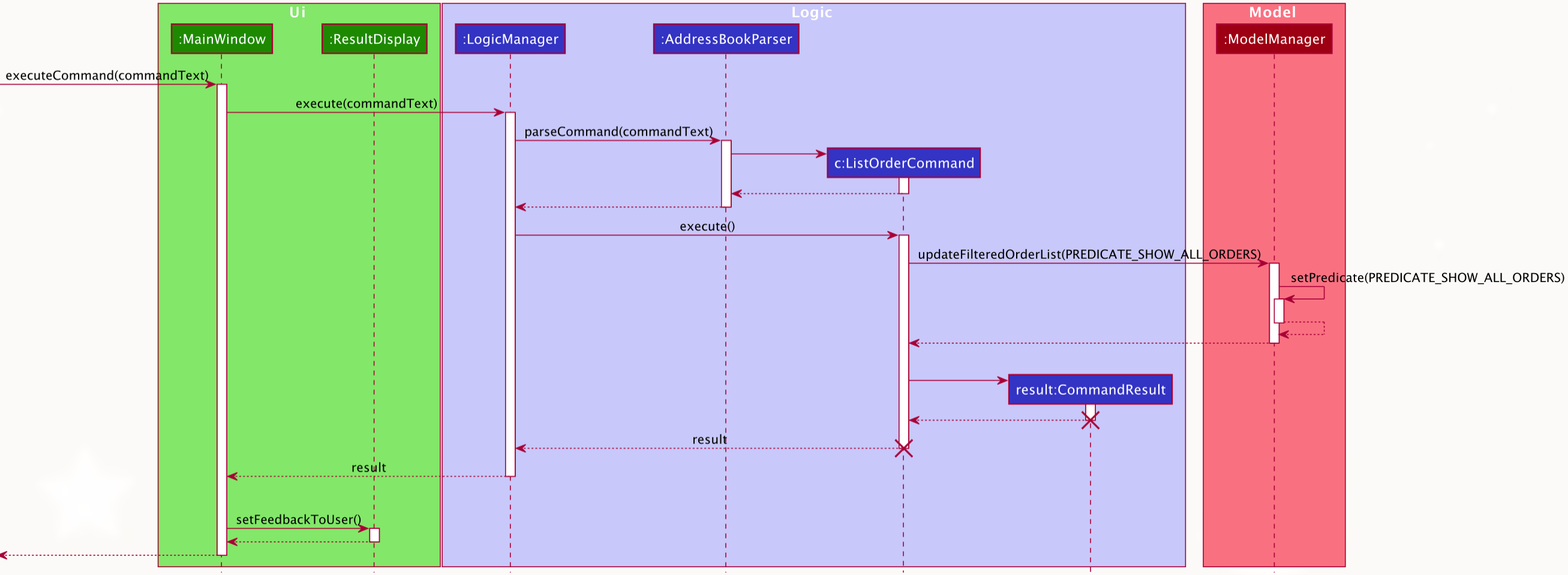
Earlier version of the PlantUML export docs/images/ListSequenceDiagram.png (zognin/tp). Its source is kept beside it as docs/diagrams/ListSequenceDiagram.puml. Its diagram source:
```plantuml
@startuml
!include style.puml

box Ui UI_COLOR_T1
participant ":MainWindow" as MainWindow UI_COLOR
participant ":ResultDisplay" as ResultDisplay UI_COLOR
end box
[-> MainWindow : executeCommand(commandText)
activate MainWindow

box Logic LOGIC_COLOR_T1
participant ":LogicManager" as LogicManager LOGIC_COLOR
participant ":AddressBookParser" as AddressBookParser LOGIC_COLOR
participant "c:ListOrderCommand" as ListOrderCommand LOGIC_COLOR
participant "result:CommandResult" as CommandResult LOGIC_COLOR
end box

box Model MODEL_COLOR_T1
participant ":ModelManager" as ModelManager MODEL_COLOR
end box

MainWindow -> LogicManager : execute(commandText)
activate LogicManager

LogicManager -> AddressBookParser : parseCommand(commandText)
activate AddressBookParser

create ListOrderCommand
AddressBookParser -> ListOrderCommand
activate ListOrderCommand

ListOrderCommand --> AddressBookParser
deactivate ListOrderCommand

AddressBookParser --> LogicManager
deactivate AddressBookParser

LogicManager -> ListOrderCommand : execute()
activate ListOrderCommand

ListOrderCommand -> ModelManager : updateFilteredOrderList(PREDICATE_SHOW_ALL_ORDERS)
activate ModelManager

ModelManager -> ModelManager : setPredicate(PREDICATE_SHOW_ALL_ORDERS)
activate ModelManager

ModelManager --> ModelManager
deactivate ModelManager

ModelManager --> ListOrderCommand
deactivate ModelManager
|||
create CommandResult
ListOrderCommand -> CommandResult
activate CommandResult

CommandResult --> ListOrderCommand
deactivate CommandResult
destroy CommandResult

ListOrderCommand --> LogicManager : result
deactivate ListOrderCommand
destroy ListOrderCommand

LogicManager --> MainWindow : result
deactivate
|||
MainWindow -> ResultDisplay : setFeedbackToUser()
activate ResultDisplay

ResultDisplay --> MainWindow
deactivate ResultDisplay

[<--MainWindow
deactivate MainWindow
@enduml
```
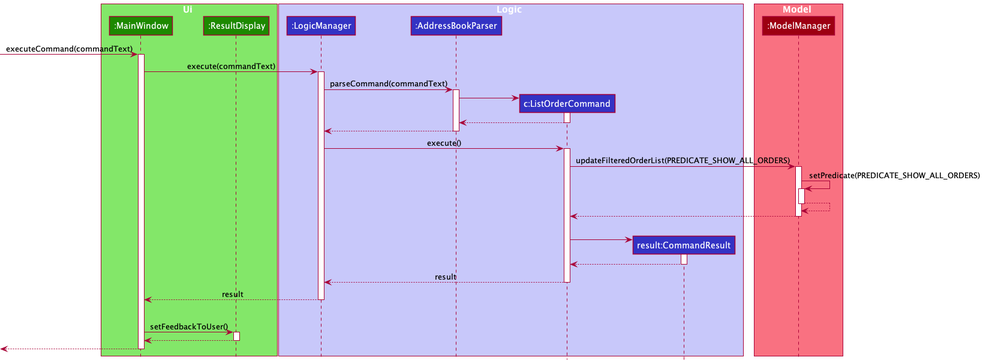
The same file after the commit.

Diff of the diagram source:
```diff
@@ -56,11 +56,9 @@
 
 CommandResult --> ListOrderCommand
 deactivate CommandResult
-destroy CommandResult
 
 ListOrderCommand --> LogicManager : result
 deactivate ListOrderCommand
-destroy ListOrderCommand
 
 LogicManager --> MainWindow : result
 deactivate
```
